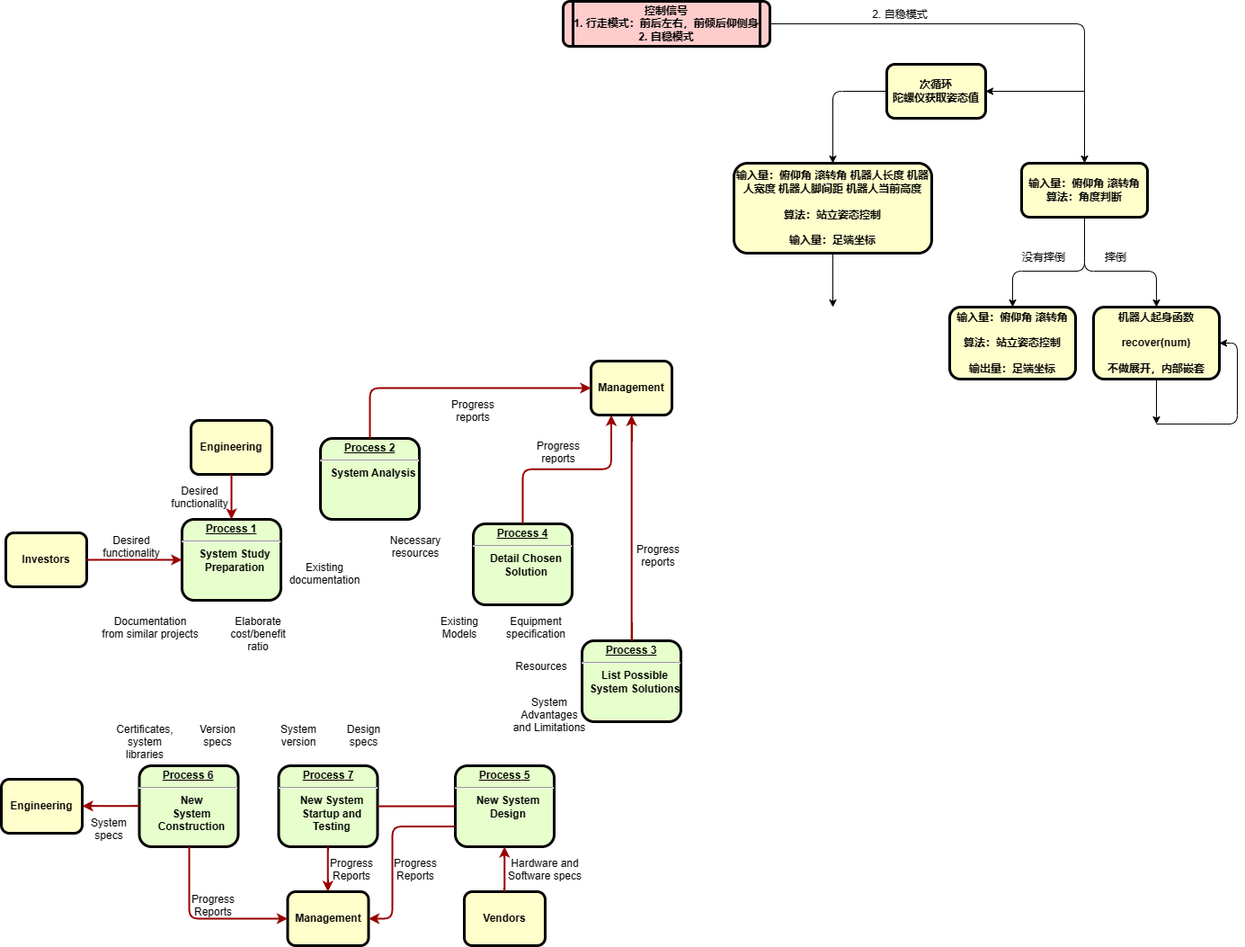
Earlier version of the draw.io export 机器人总体流程.drawio.png (KAZAMA-DREAM/picture). Source tidied: cells renumbered, new cells last; positions are measured from the earlier drawing's top-left corner, leaving out a move shared by most shapes.
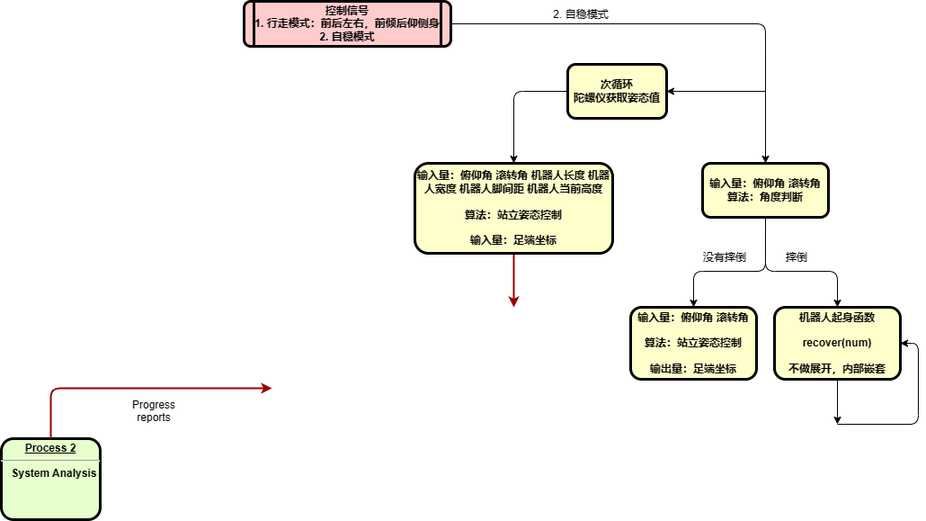
After the commit.

Commit message:
更新机器人总体流程.drawio.png

Diff of the diagram source:
```diff
@@ -2,15 +2,6 @@
   <root>
     <mxCell id="0" />
     <mxCell id="1" parent="0" />
-    <mxCell id="2" value="&lt;p style=&quot;margin: 0px; margin-top: 4px; text-align: center; text-decoration: underline;&quot;&gt;&lt;strong&gt;Process 1&lt;br /&gt;&lt;/strong&gt;&lt;/p&gt;&lt;hr /&gt;&lt;p style=&quot;margin: 0px; margin-left: 8px;&quot;&gt;System Study&lt;/p&gt;&lt;p style=&quot;margin: 0px; margin-left: 8px;&quot;&gt;Preparation&lt;/p&gt;" style="verticalAlign=middle;align=center;overflow=fill;fontSize=12;fontFamily=Helvetica;html=1;rounded=1;fontStyle=1;strokeWidth=3;fillColor=#E6FFCC;" parent="1" vertex="1">
-      <mxGeometry x="201" y="576" width="110" height="90" as="geometry" />
-    </mxCell>
-    <mxCell id="3" value="Engineering" style="whiteSpace=wrap;align=center;verticalAlign=middle;fontStyle=1;strokeWidth=3;fillColor=#FFFFCC;rounded=1;" parent="1" vertex="1">
-      <mxGeometry x="211" y="466" width="90" height="60" as="geometry" />
-    </mxCell>
-    <mxCell id="4" value="Investors" style="whiteSpace=wrap;align=center;verticalAlign=middle;fontStyle=1;strokeWidth=3;fillColor=#FFFFCC;rounded=1;" parent="1" vertex="1">
-      <mxGeometry x="5" y="591" width="90" height="60" as="geometry" />
-    </mxCell>
     <mxCell id="5" style="edgeStyle=orthogonalEdgeStyle;rounded=1;jettySize=auto;html=1;entryX=0.5;entryY=0;entryDx=0;entryDy=0;" parent="1" edge="1" source="6" target="52">
       <mxGeometry relative="1" as="geometry" />
     </mxCell>
@@ -20,144 +11,17 @@
     <mxCell id="7" value="&lt;p style=&quot;margin: 0px; margin-top: 4px; text-align: center; text-decoration: underline;&quot;&gt;&lt;strong&gt;Process 2&lt;br /&gt;&lt;/strong&gt;&lt;/p&gt;&lt;hr /&gt;&lt;p style=&quot;margin: 0px; margin-left: 8px;&quot;&gt;System Analysis&lt;/p&gt;" style="verticalAlign=middle;align=center;overflow=fill;fontSize=12;fontFamily=Helvetica;html=1;rounded=1;fontStyle=1;strokeWidth=3;fillColor=#E6FFCC;" parent="1" vertex="1">
       <mxGeometry x="355" y="486" width="110" height="90" as="geometry" />
     </mxCell>
-    <mxCell id="8" value="&lt;p style=&quot;margin: 0px; margin-top: 4px; text-align: center; text-decoration: underline;&quot;&gt;&lt;strong&gt;&lt;strong&gt;Process&lt;/strong&gt; 3&lt;br /&gt;&lt;/strong&gt;&lt;/p&gt;&lt;hr /&gt;&lt;p style=&quot;margin: 0px; margin-left: 8px;&quot;&gt;List Possible&lt;/p&gt;&lt;p style=&quot;margin: 0px; margin-left: 8px;&quot;&gt;System Solutions&lt;/p&gt;" style="verticalAlign=middle;align=center;overflow=fill;fontSize=12;fontFamily=Helvetica;html=1;rounded=1;fontStyle=1;strokeWidth=3;fillColor=#E6FFCC;" parent="1" vertex="1">
-      <mxGeometry x="646" y="711" width="110" height="90" as="geometry" />
-    </mxCell>
-    <mxCell id="9" value="&lt;p style=&quot;margin: 0px; margin-top: 4px; text-align: center; text-decoration: underline;&quot;&gt;&lt;strong&gt;&lt;strong&gt;Process&lt;/strong&gt; 4&lt;br /&gt;&lt;/strong&gt;&lt;/p&gt;&lt;hr /&gt;&lt;p style=&quot;margin: 0px; margin-left: 8px;&quot;&gt;Detail Chosen&lt;/p&gt;&lt;p style=&quot;margin: 0px; margin-left: 8px;&quot;&gt;Solution&lt;/p&gt;" style="verticalAlign=middle;align=center;overflow=fill;fontSize=12;fontFamily=Helvetica;html=1;rounded=1;fontStyle=1;strokeWidth=3;fillColor=#E6FFCC;" parent="1" vertex="1">
-      <mxGeometry x="525" y="581" width="110" height="90" as="geometry" />
-    </mxCell>
-    <mxCell id="10" value="&lt;p style=&quot;margin: 0px; margin-top: 4px; text-align: center; text-decoration: underline;&quot;&gt;&lt;strong&gt;&lt;strong&gt;Process&lt;/strong&gt; 5&lt;br /&gt;&lt;/strong&gt;&lt;/p&gt;&lt;hr /&gt;&lt;p style=&quot;margin: 0px; margin-left: 8px;&quot;&gt;New System&lt;/p&gt;&lt;p style=&quot;margin: 0px; margin-left: 8px;&quot;&gt;Design&lt;/p&gt;" style="verticalAlign=middle;align=center;overflow=fill;fontSize=12;fontFamily=Helvetica;html=1;rounded=1;fontStyle=1;strokeWidth=3;fillColor=#E6FFCC;" parent="1" vertex="1">
-      <mxGeometry x="505" y="850" width="110" height="90" as="geometry" />
-    </mxCell>
-    <mxCell id="11" value="&lt;p style=&quot;margin: 0px; margin-top: 4px; text-align: center; text-decoration: underline;&quot;&gt;&lt;strong&gt;&lt;strong&gt;Process&lt;/strong&gt; 6&lt;br /&gt;&lt;/strong&gt;&lt;/p&gt;&lt;hr /&gt;&lt;p style=&quot;margin: 0px; margin-left: 8px;&quot;&gt;New&lt;/p&gt;&lt;p style=&quot;margin: 0px; margin-left: 8px;&quot;&gt;System&lt;/p&gt;&lt;p style=&quot;margin: 0px; margin-left: 8px;&quot;&gt;Construction&lt;/p&gt;" style="verticalAlign=middle;align=center;overflow=fill;fontSize=12;fontFamily=Helvetica;html=1;rounded=1;fontStyle=1;strokeWidth=3;fillColor=#E6FFCC;" parent="1" vertex="1">
-      <mxGeometry x="153.5" y="850" width="110" height="90" as="geometry" />
-    </mxCell>
-    <mxCell id="12" value="Management" style="whiteSpace=wrap;align=center;verticalAlign=middle;fontStyle=1;strokeWidth=3;fillColor=#FFFFCC;rounded=1;" parent="1" vertex="1">
-      <mxGeometry x="656" y="400" width="90" height="60" as="geometry" />
-    </mxCell>
-    <mxCell id="13" value="Management" style="whiteSpace=wrap;align=center;verticalAlign=middle;fontStyle=1;strokeWidth=3;fillColor=#FFFFCC;rounded=1;" parent="1" vertex="1">
-      <mxGeometry x="318.5" y="990" width="90" height="60" as="geometry" />
-    </mxCell>
-    <mxCell id="14" value="Engineering" style="whiteSpace=wrap;align=center;verticalAlign=middle;fontStyle=1;strokeWidth=3;fillColor=#FFFFCC;rounded=1;" parent="1" vertex="1">
-      <mxGeometry y="865" width="90" height="60" as="geometry" />
-    </mxCell>
-    <mxCell id="15" value="Vendors" style="whiteSpace=wrap;align=center;verticalAlign=middle;fontStyle=1;strokeWidth=3;fillColor=#FFFFCC;rounded=1;" parent="1" vertex="1">
-      <mxGeometry x="515" y="990" width="90" height="60" as="geometry" />
-    </mxCell>
-    <mxCell id="16" style="edgeStyle=none;noEdgeStyle=1;strokeColor=#990000;strokeWidth=2;rounded=1;" parent="1" edge="1" source="3" target="2">
-      <mxGeometry relative="1" as="geometry" />
-    </mxCell>
-    <mxCell id="17" style="edgeStyle=none;noEdgeStyle=1;strokeColor=#990000;strokeWidth=2;rounded=1;" parent="1" edge="1" source="4" target="2">
-      <mxGeometry relative="1" as="geometry" />
-    </mxCell>
-    <mxCell id="18" value="&lt;p style=&quot;margin: 0px; margin-top: 4px; text-align: center; text-decoration: underline;&quot;&gt;&lt;strong&gt;&lt;strong&gt;Process&lt;/strong&gt; 7&lt;br /&gt;&lt;/strong&gt;&lt;/p&gt;&lt;hr /&gt;&lt;p style=&quot;margin: 0px; margin-left: 8px;&quot;&gt;New System&lt;/p&gt;&lt;p style=&quot;margin: 0px; margin-left: 8px;&quot;&gt;Startup and&lt;/p&gt;&lt;p style=&quot;margin: 0px; margin-left: 8px;&quot;&gt;Testing&lt;/p&gt;" style="verticalAlign=middle;align=center;overflow=fill;fontSize=12;fontFamily=Helvetica;html=1;rounded=1;fontStyle=1;strokeWidth=3;fillColor=#E6FFCC;" parent="1" vertex="1">
-      <mxGeometry x="308.5" y="850" width="110" height="90" as="geometry" />
-    </mxCell>
-    <mxCell id="19" style="endArrow=none;noEdgeStyle=1;strokeColor=#990000;strokeWidth=2;rounded=1;" parent="1" edge="1" source="10" target="18">
-      <mxGeometry relative="1" as="geometry" />
-    </mxCell>
-    <mxCell id="20" value="Desired &#10;functionality" style="text;spacingTop=-5;align=center;rounded=1;" parent="1" vertex="1">
-      <mxGeometry x="130" y="591" width="30" height="20" as="geometry" />
-    </mxCell>
-    <mxCell id="21" value="Desired &#10;functionality" style="text;spacingTop=-5;align=center;rounded=1;" parent="1" vertex="1">
-      <mxGeometry x="206" y="536" width="30" height="20" as="geometry" />
-    </mxCell>
-    <mxCell id="22" value="Documentation&#10;from similar projects" style="text;spacingTop=-5;align=center;rounded=1;" parent="1" vertex="1">
-      <mxGeometry x="151" y="681" width="30" height="20" as="geometry" />
-    </mxCell>
-    <mxCell id="23" value="Elaborate&#10;cost/benefit&#10;ratio" style="text;spacingTop=-5;align=center;rounded=1;" parent="1" vertex="1">
-      <mxGeometry x="271" y="681" width="30" height="20" as="geometry" />
-    </mxCell>
-    <mxCell id="24" value="Existing&#10;documentation" style="text;spacingTop=-5;align=center;rounded=1;" parent="1" vertex="1">
-      <mxGeometry x="345" y="621" width="30" height="20" as="geometry" />
-    </mxCell>
-    <mxCell id="25" value="Necessary&#10;resources" style="text;spacingTop=-5;align=center;rounded=1;" parent="1" vertex="1">
-      <mxGeometry x="446" y="591" width="30" height="20" as="geometry" />
-    </mxCell>
     <mxCell id="26" value="Progress&#10;reports" style="text;spacingTop=-5;align=center;rounded=1;" parent="1" vertex="1">
       <mxGeometry x="510" y="440" width="30" height="20" as="geometry" />
     </mxCell>
-    <mxCell id="27" value="Progress&#10;reports" style="text;spacingTop=-5;align=center;rounded=1;" parent="1" vertex="1">
-      <mxGeometry x="605" y="486" width="30" height="20" as="geometry" />
-    </mxCell>
-    <mxCell id="28" value="Progress&#10;reports" style="text;spacingTop=-5;align=center;rounded=1;" parent="1" vertex="1">
-      <mxGeometry x="716" y="601" width="30" height="20" as="geometry" />
-    </mxCell>
-    <mxCell id="29" style="edgeStyle=elbowEdgeStyle;elbow=horizontal;strokeColor=#990000;strokeWidth=2;rounded=1;" parent="1" edge="1" source="7" target="12">
+    <mxCell id="29" style="edgeStyle=elbowEdgeStyle;elbow=horizontal;strokeColor=#990000;strokeWidth=2;rounded=1;" parent="1" edge="1" source="7">
       <mxGeometry relative="1" as="geometry">
+        <mxPoint x="656" y="430" as="targetPoint" />
         <Array as="points">
           <mxPoint x="410" y="480" />
         </Array>
       </mxGeometry>
     </mxCell>
-    <mxCell id="30" style="edgeStyle=elbowEdgeStyle;elbow=vertical;entryX=0.25;entryY=1;strokeColor=#990000;strokeWidth=2;rounded=1;" parent="1" edge="1" source="9" target="12">
-      <mxGeometry relative="1" as="geometry" />
-    </mxCell>
-    <mxCell id="31" style="edgeStyle=elbowEdgeStyle;elbow=horizontal;strokeColor=#990000;strokeWidth=2;rounded=1;" parent="1" edge="1" source="8" target="12">
-      <mxGeometry relative="1" as="geometry" />
-    </mxCell>
-    <mxCell id="32" value="Existing&#10;Models" style="text;spacingTop=-5;align=center;rounded=1;" parent="1" vertex="1">
-      <mxGeometry x="495" y="681" width="30" height="20" as="geometry" />
-    </mxCell>
-    <mxCell id="33" value="Equipment&#10;specification" style="text;spacingTop=-5;align=center;rounded=1;" parent="1" vertex="1">
-      <mxGeometry x="580" y="681" width="30" height="20" as="geometry" />
-    </mxCell>
-    <mxCell id="34" value="Resources" style="text;spacingTop=-5;align=center;rounded=1;" parent="1" vertex="1">
-      <mxGeometry x="586" y="731" width="30" height="20" as="geometry" />
-    </mxCell>
-    <mxCell id="35" value="System &#10;Advantages &#10;and Limitations" style="text;spacingTop=-5;align=center;rounded=1;" parent="1" vertex="1">
-      <mxGeometry x="595" y="771" width="30" height="20" as="geometry" />
-    </mxCell>
-    <mxCell id="36" style="edgeStyle=elbowEdgeStyle;elbow=horizontal;strokeColor=#990000;strokeWidth=2;rounded=1;" parent="1" edge="1" source="15" target="10">
-      <mxGeometry relative="1" as="geometry" />
-    </mxCell>
-    <mxCell id="37" value="Hardware and&#10;Software specs" style="text;spacingTop=-5;align=center;rounded=1;" parent="1" vertex="1">
-      <mxGeometry x="590" y="950" width="30" height="20" as="geometry" />
-    </mxCell>
-    <mxCell id="38" style="edgeStyle=elbowEdgeStyle;elbow=horizontal;exitX=0;exitY=0.75;strokeColor=#990000;strokeWidth=2;rounded=1;" parent="1" edge="1" source="10" target="13">
-      <mxGeometry relative="1" as="geometry">
-        <Array as="points">
-          <mxPoint x="435" y="970" />
-        </Array>
-      </mxGeometry>
-    </mxCell>
-    <mxCell id="39" value="Progress&#10;Reports" style="text;spacingTop=-5;align=center;rounded=1;" parent="1" vertex="1">
-      <mxGeometry x="446" y="950" width="30" height="20" as="geometry" />
-    </mxCell>
-    <mxCell id="40" style="edgeStyle=elbowEdgeStyle;elbow=horizontal;strokeColor=#990000;strokeWidth=2;rounded=1;" parent="1" edge="1" source="18" target="13">
-      <mxGeometry relative="1" as="geometry" />
-    </mxCell>
-    <mxCell id="41" value="Progress&#10;Reports" style="text;spacingTop=-5;align=center;rounded=1;" parent="1" vertex="1">
-      <mxGeometry x="375" y="950" width="30" height="20" as="geometry" />
-    </mxCell>
-    <mxCell id="42" style="edgeStyle=elbowEdgeStyle;elbow=horizontal;strokeColor=#990000;strokeWidth=2;rounded=1;" parent="1" edge="1" source="11" target="13">
-      <mxGeometry relative="1" as="geometry">
-        <Array as="points">
-          <mxPoint x="209" y="970" />
-        </Array>
-      </mxGeometry>
-    </mxCell>
-    <mxCell id="43" value="Progress&#10;Reports" style="text;spacingTop=-5;align=center;rounded=1;" parent="1" vertex="1">
-      <mxGeometry x="221" y="990" width="30" height="20" as="geometry" />
-    </mxCell>
-    <mxCell id="44" style="edgeStyle=elbowEdgeStyle;elbow=vertical;strokeColor=#990000;strokeWidth=2;rounded=1;" parent="1" edge="1" source="11" target="14">
-      <mxGeometry relative="1" as="geometry" />
-    </mxCell>
-    <mxCell id="45" value="Version&#10;specs" style="text;spacingTop=-5;align=center;rounded=1;" parent="1" vertex="1">
-      <mxGeometry x="226" y="801" width="30" height="20" as="geometry" />
-    </mxCell>
-    <mxCell id="46" value="Certificates,&#10;system&#10;libraries" style="text;spacingTop=-5;align=center;rounded=1;" parent="1" vertex="1">
-      <mxGeometry x="145" y="801" width="30" height="20" as="geometry" />
-    </mxCell>
-    <mxCell id="47" value="System&#10;specs" style="text;spacingTop=-5;align=center;rounded=1;" parent="1" vertex="1">
-      <mxGeometry x="105" y="905" width="30" height="20" as="geometry" />
-    </mxCell>
-    <mxCell id="48" value="Design&#10;specs" style="text;spacingTop=-5;align=center;rounded=1;" parent="1" vertex="1">
-      <mxGeometry x="388.5" y="801" width="30" height="20" as="geometry" />
-    </mxCell>
-    <mxCell id="49" value="System&#10;version" style="text;spacingTop=-5;align=center;rounded=1;" parent="1" vertex="1">
-      <mxGeometry x="316" y="801" width="30" height="20" as="geometry" />
-    </mxCell>
     <mxCell id="50" value="2. 自稳模式" style="text;html=1;strokeColor=none;fillColor=none;align=center;verticalAlign=middle;whiteSpace=wrap;rounded=0;" parent="1" vertex="1">
       <mxGeometry x="965" width="70" height="30" as="geometry" />
     </mxCell>
@@ -188,7 +52,7 @@
         </Array>
       </mxGeometry>
     </mxCell>
-    <mxCell id="56" style="edgeStyle=orthogonalEdgeStyle;rounded=1;jettySize=auto;html=1;" parent="1" edge="1" source="57">
+    <mxCell id="56" style="edgeStyle=orthogonalEdgeStyle;rounded=1;jettySize=auto;html=1;strokeWidth=2;strokeColor=#990000;" parent="1" edge="1" source="57">
       <mxGeometry relative="1" as="geometry">
         <mxPoint x="925" y="340" as="targetPoint" />
       </mxGeometry>
```
